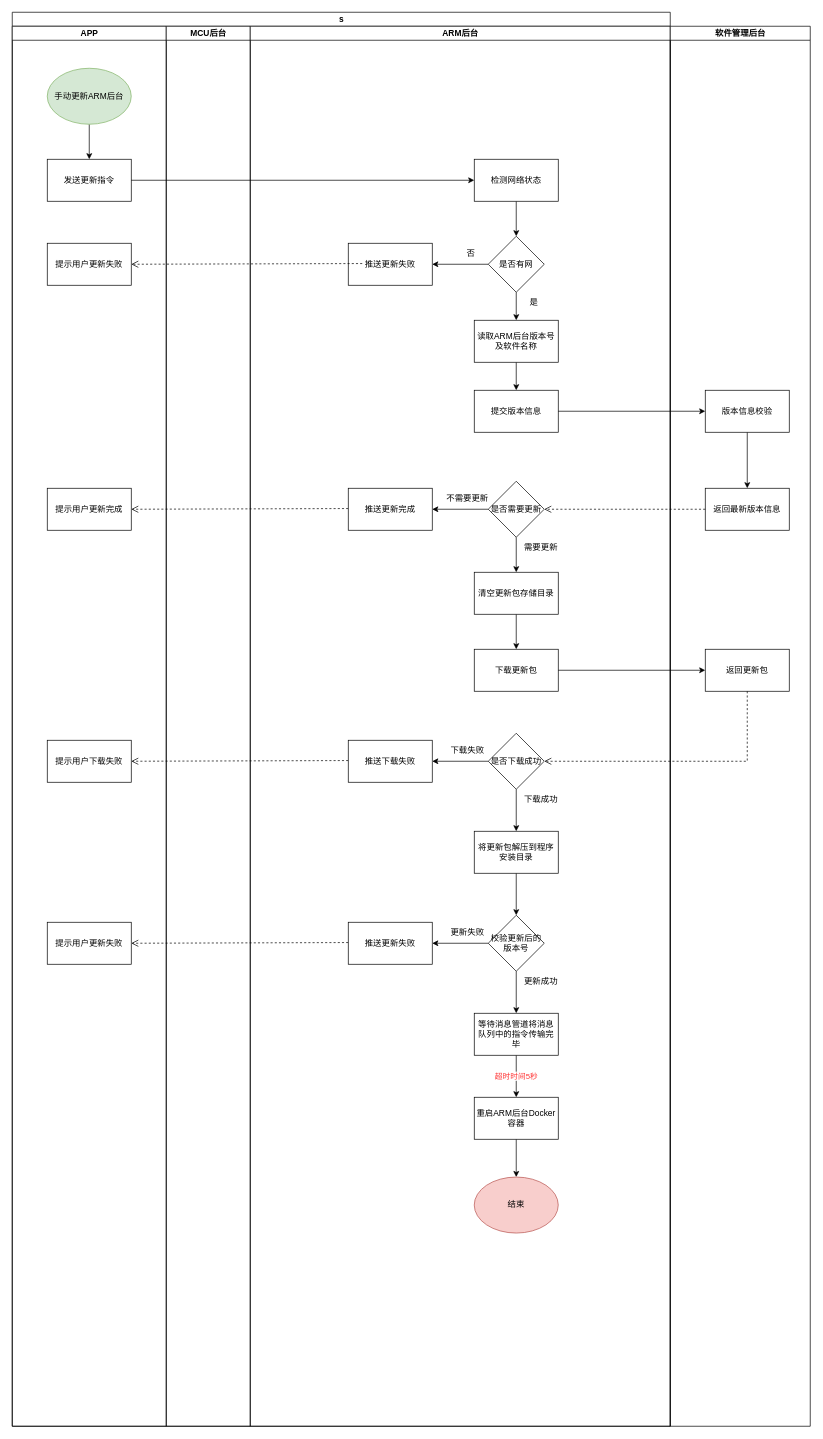
Earlier version of the draw.io diagram page "固件更新" (22 of 26) of 隐身保arm版-业务流程-V1.0-20221028-1.drawio (kyphoon/ysb_drawio_tree). Source tidied: cells renumbered, new cells numbered last; positions are measured from the earlier drawing's top-left corner, leaving out a move shared by most shapes. Both pictures are drawn from the tidied source at 70%, with x=0, y=0 at pixel (12, 12).
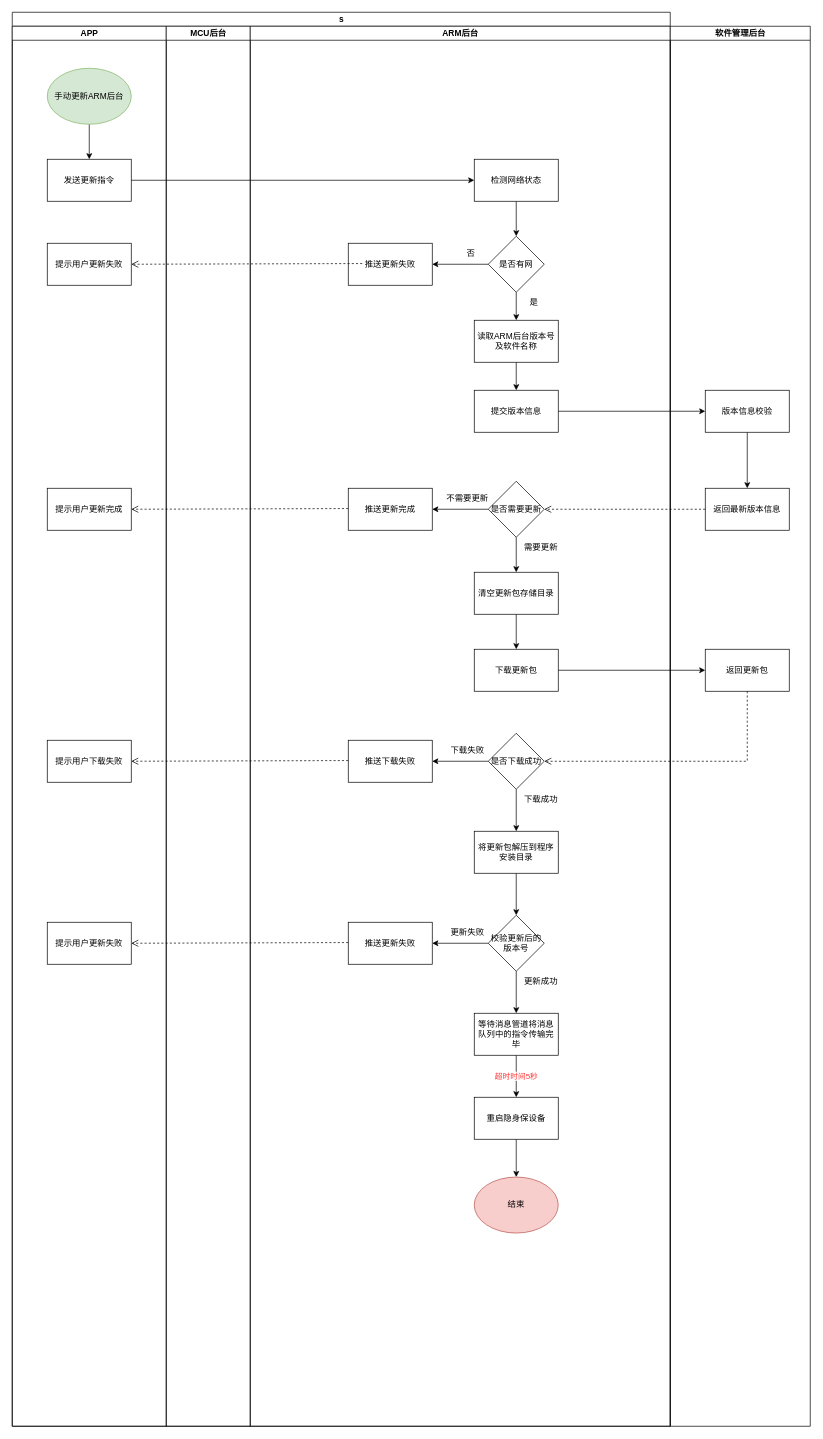
The same page after the edit.

Commit message:
更新隐身保arm版-业务流程-V1.0-20221028-1.drawio

Unchanged cells that the change refers to:
```xml
<mxCell id="12" value="ARM后台" style="swimlane;startSize=20;html=1;" parent="2" vertex="1">
  <mxGeometry x="340" y="20" width="600" height="2000" as="geometry" />
</mxCell>
```

Change to the diagram source:
```diff
@@
-    <mxCell id="39" value="重启ARM后台Docker容器" style="whiteSpace=wrap;html=1;" parent="12" vertex="1">
+    <mxCell id="39" value="重启隐身保设备" style="whiteSpace=wrap;html=1;" parent="12" vertex="1">
       <mxGeometry x="320" y="1530" width="120" height="60" as="geometry" />
     </mxCell>
```
